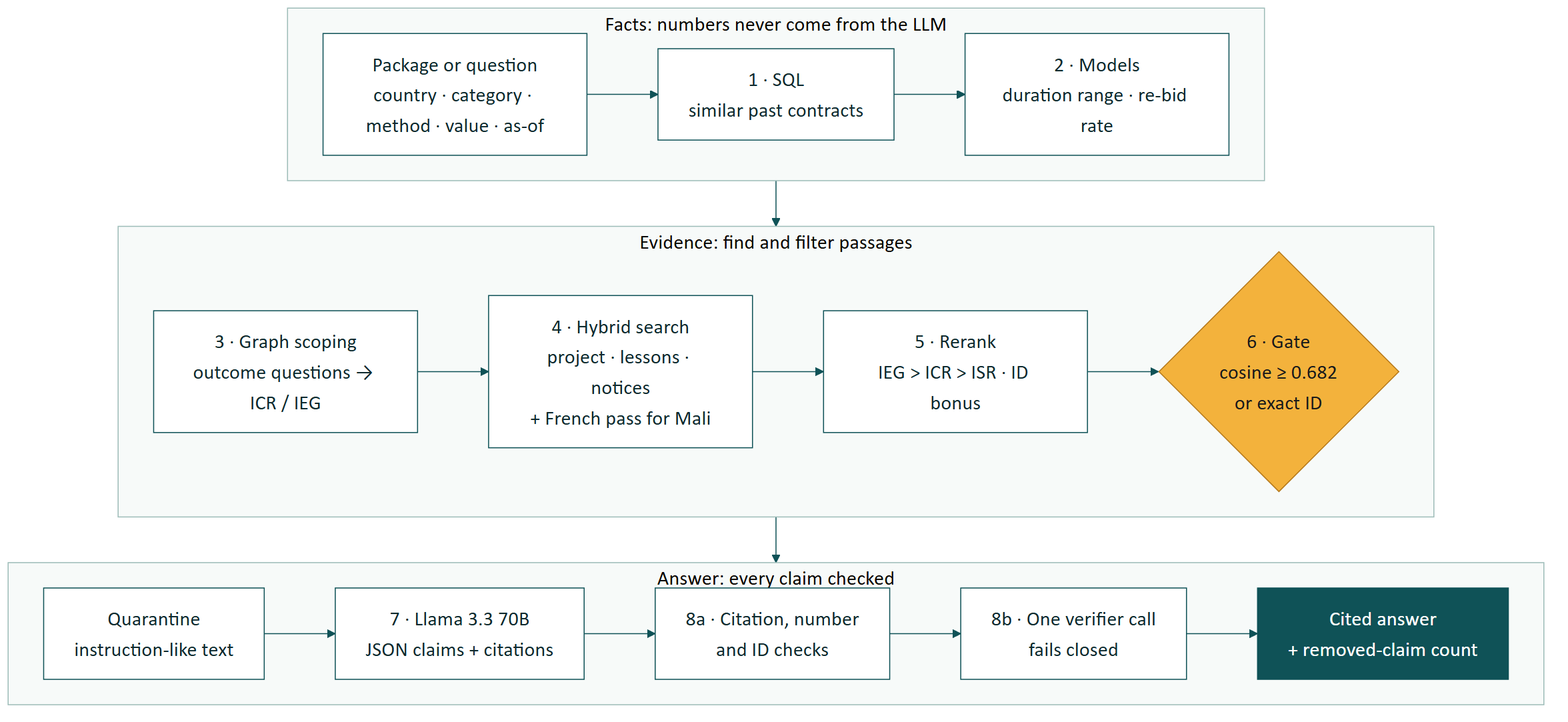
Before: slides/diagrams/rag_flow.png, a diagram exported from Mermaid (dm15072000/wb-procurement-intelligence). Its source is kept beside it as slides/diagrams/rag_flow.mmd.
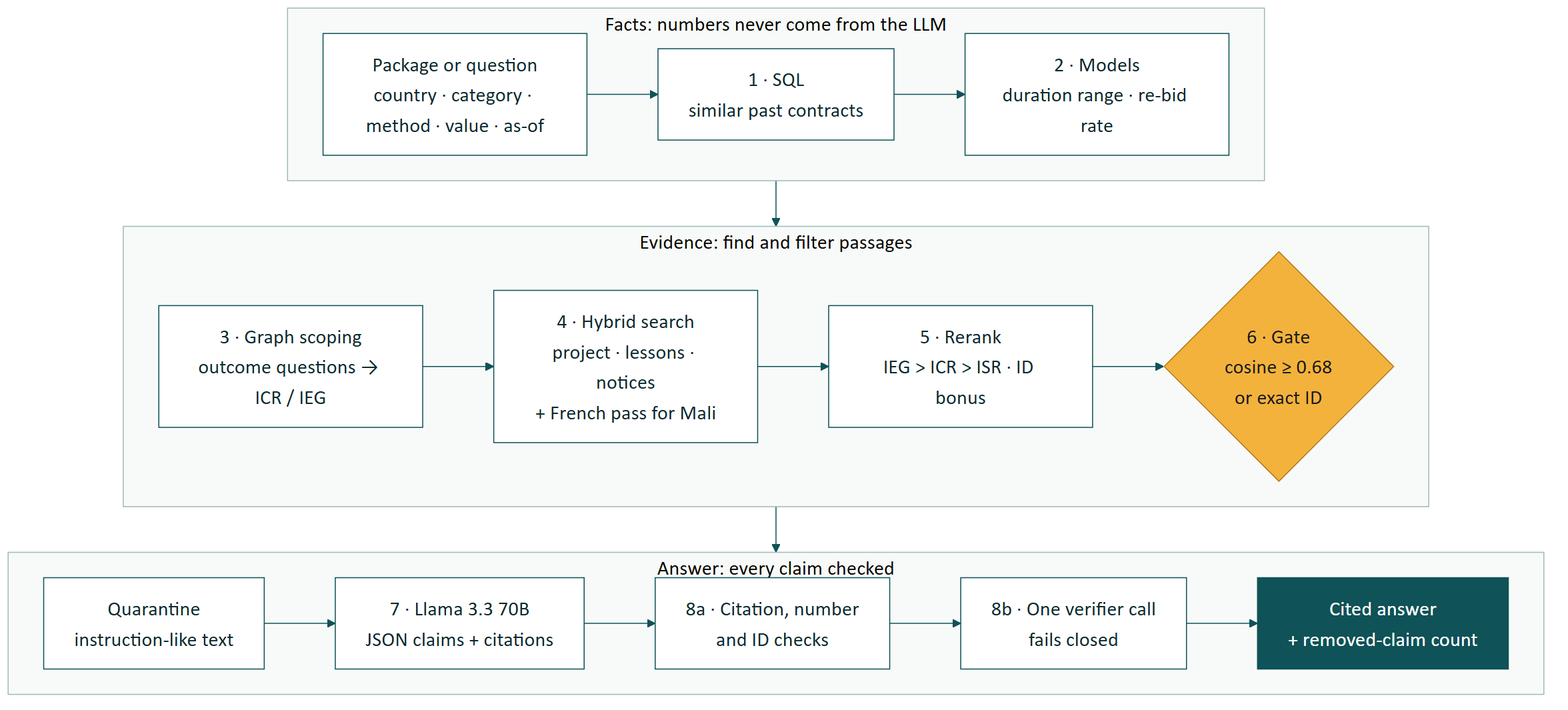
After the change.

What changed in the source:
```diff
@@ -5,7 +5,7 @@
   end
   subgraph R2["Evidence: find and filter passages"]
     direction LR
-    F3["3 · Graph scoping<br/>outcome questions → ICR / IEG"] --> S["4 · Hybrid search<br/>project · lessons · notices<br/>+ French pass for Mali"] --> RR["5 · Rerank<br/>IEG > ICR > ISR · ID bonus"] --> G{"6 · Gate<br/>cosine ≥ 0.682<br/>or exact ID"}
+    F3["3 · Graph scoping<br/>outcome questions → ICR / IEG"] --> S["4 · Hybrid search<br/>project · lessons · notices<br/>+ French pass for Mali"] --> RR["5 · Rerank<br/>IEG > ICR > ISR · ID bonus"] --> G{"6 · Gate<br/>cosine ≥ 0.68<br/>or exact ID"}
   end
   subgraph R3["Answer: every claim checked"]
     direction LR
```
